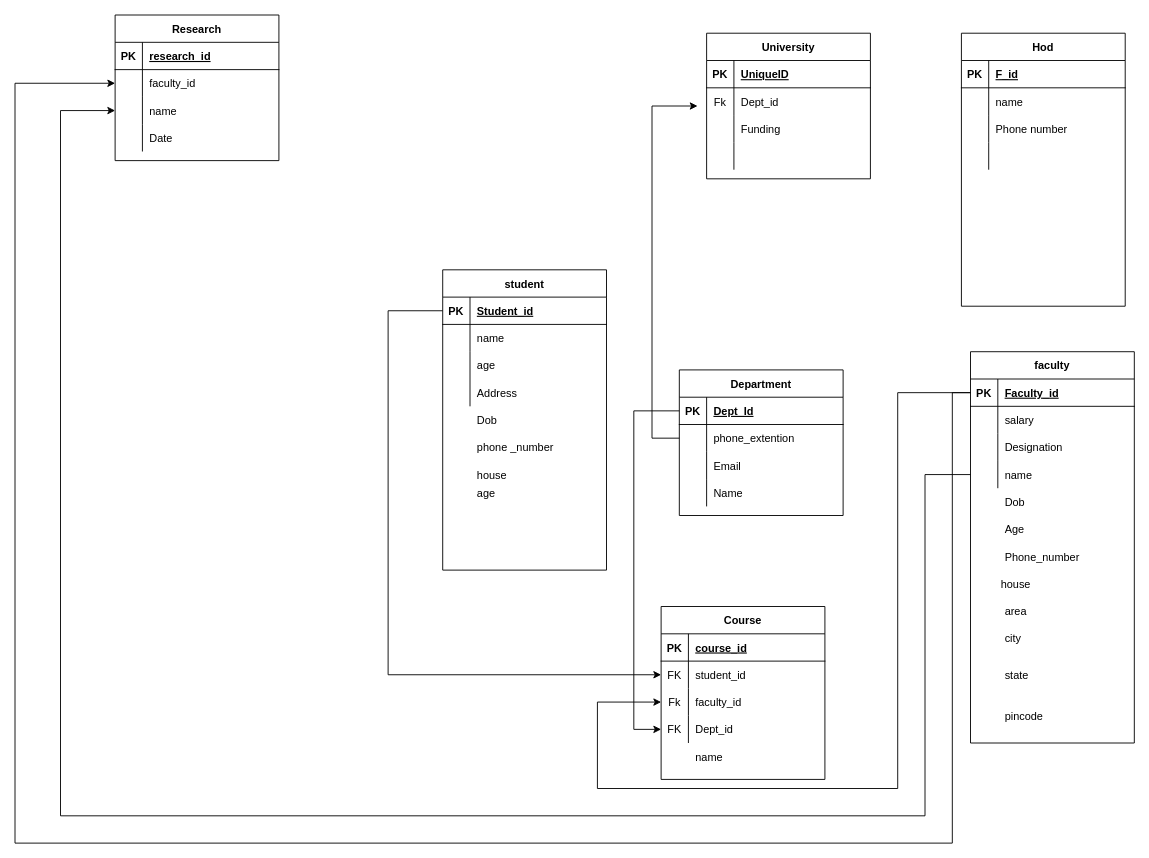
ckarandev010/DBMS-schema keeps this draw.io diagram as Untitled Diagram.drawio. Above is the earlier version. Source tidied: cells renumbered, new cells numbered last; positions are measured from the earlier drawing's top-left corner, leaving out a move shared by most shapes. Both pictures are drawn from the tidied source at 91%, with x=0, y=0 at pixel (15, 15).
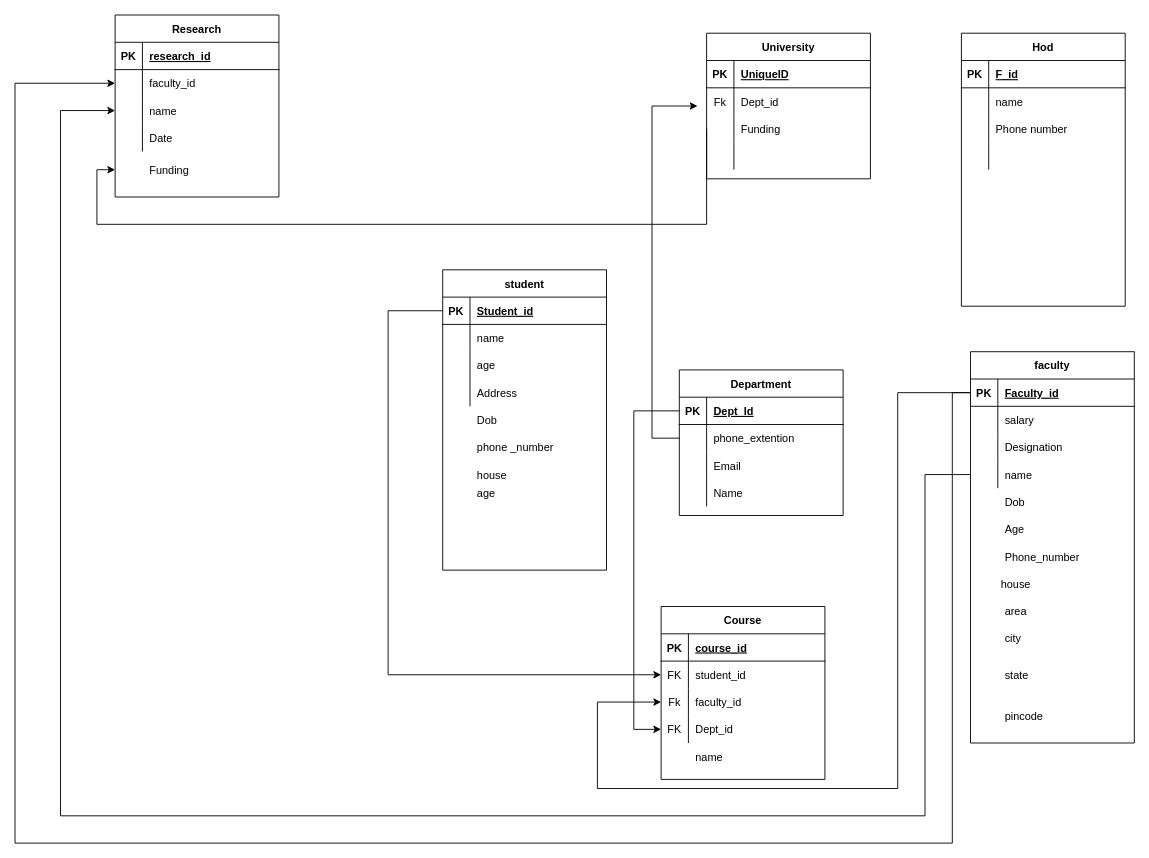
The same page after the edit.

The change refers to these unchanged cells:
```xml
<mxCell id="76" style="shape=partialRectangle;fillColor=none;top=0;left=0;bottom=0;right=0;points=[[0,0.5],[1,0.5]];portConstraint=eastwest;" parent="69" vertex="1">
  <mxGeometry y="90" width="180" height="30" as="geometry" />
</mxCell>
```

The edit, as a diff of the source:
```diff
@@
     <mxCell id="124" value="Research" style="shape=table;startSize=30;childLayout=tableLayout;rowLines=0;fontStyle=1;align=center;" parent="1" vertex="1">
-      <mxGeometry x="110" width="180" height="160" as="geometry" />
+      <mxGeometry x="110" width="180" height="200" as="geometry" />
     </mxCell>
@@
+    <mxCell id="139" value="Funding" style="shape=partialRectangle;fillColor=none;top=0;left=0;bottom=0;right=0;align=left;spacingLeft=6;overflow=hidden;" parent="1" vertex="1">
+      <mxGeometry x="140" y="155" width="150" height="30" as="geometry" />
+    </mxCell>
+    <mxCell id="140" style="edgeStyle=orthogonalEdgeStyle;rounded=0;jettySize=auto;html=1;exitX=0;exitY=0.5;exitDx=0;exitDy=0;" parent="1" edge="1" source="76">
+      <mxGeometry relative="1" as="geometry">
+        <mxPoint x="110" y="170" as="targetPoint" />
+        <Array as="points">
+          <mxPoint x="760" y="230" />
+          <mxPoint x="90" y="230" />
+        </Array>
+      </mxGeometry>
+    </mxCell>
```
